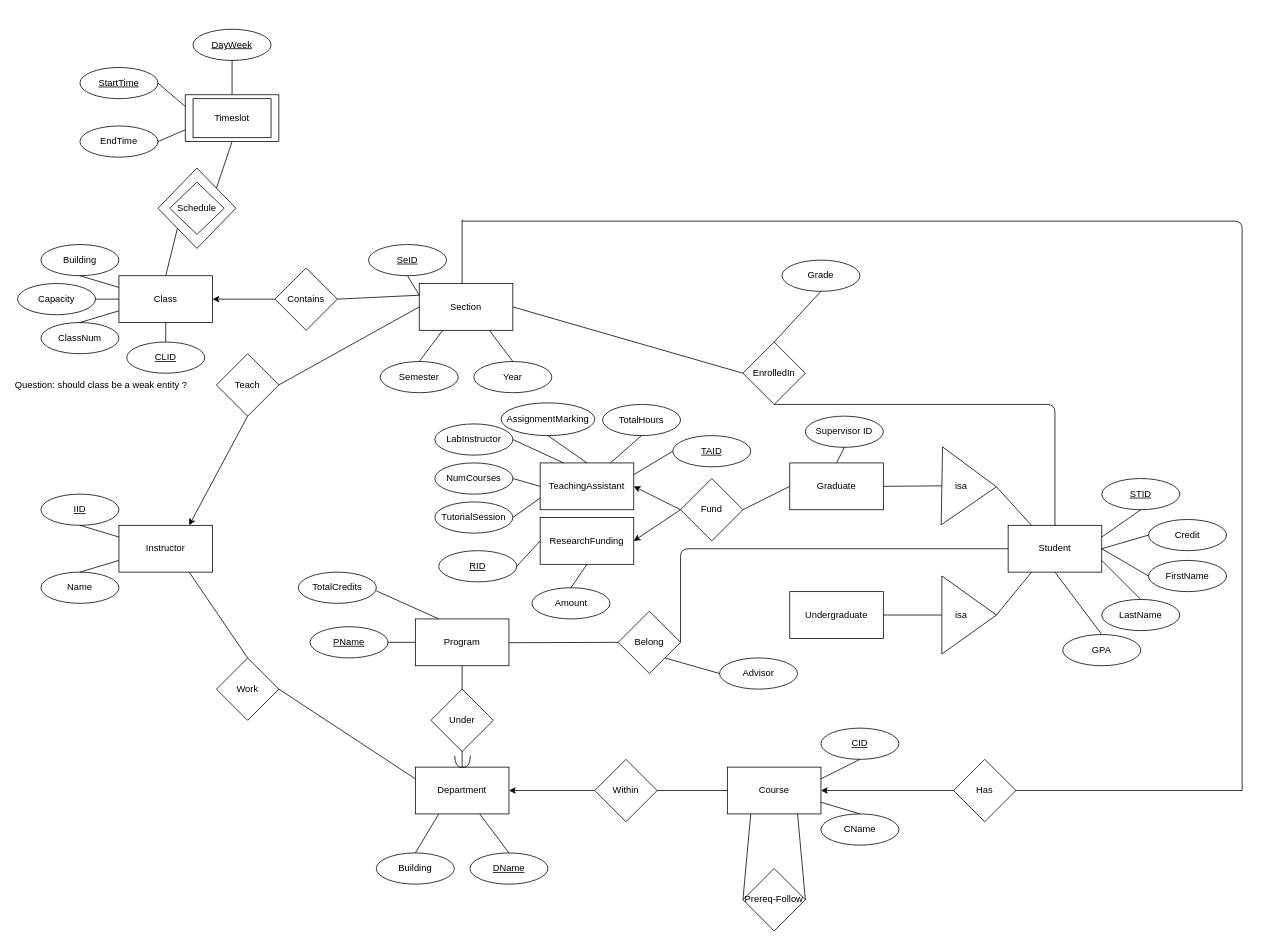
Above: database/Diagram.drawio in DPigeon/University-Database (draw.io), before the change. Source tidied: cells renumbered, new cells numbered last; positions are measured from the earlier drawing's top-left corner, leaving out a move shared by most shapes. Both pictures are drawn from the tidied source at 78%, with x=0, y=0 at pixel (13, 29).
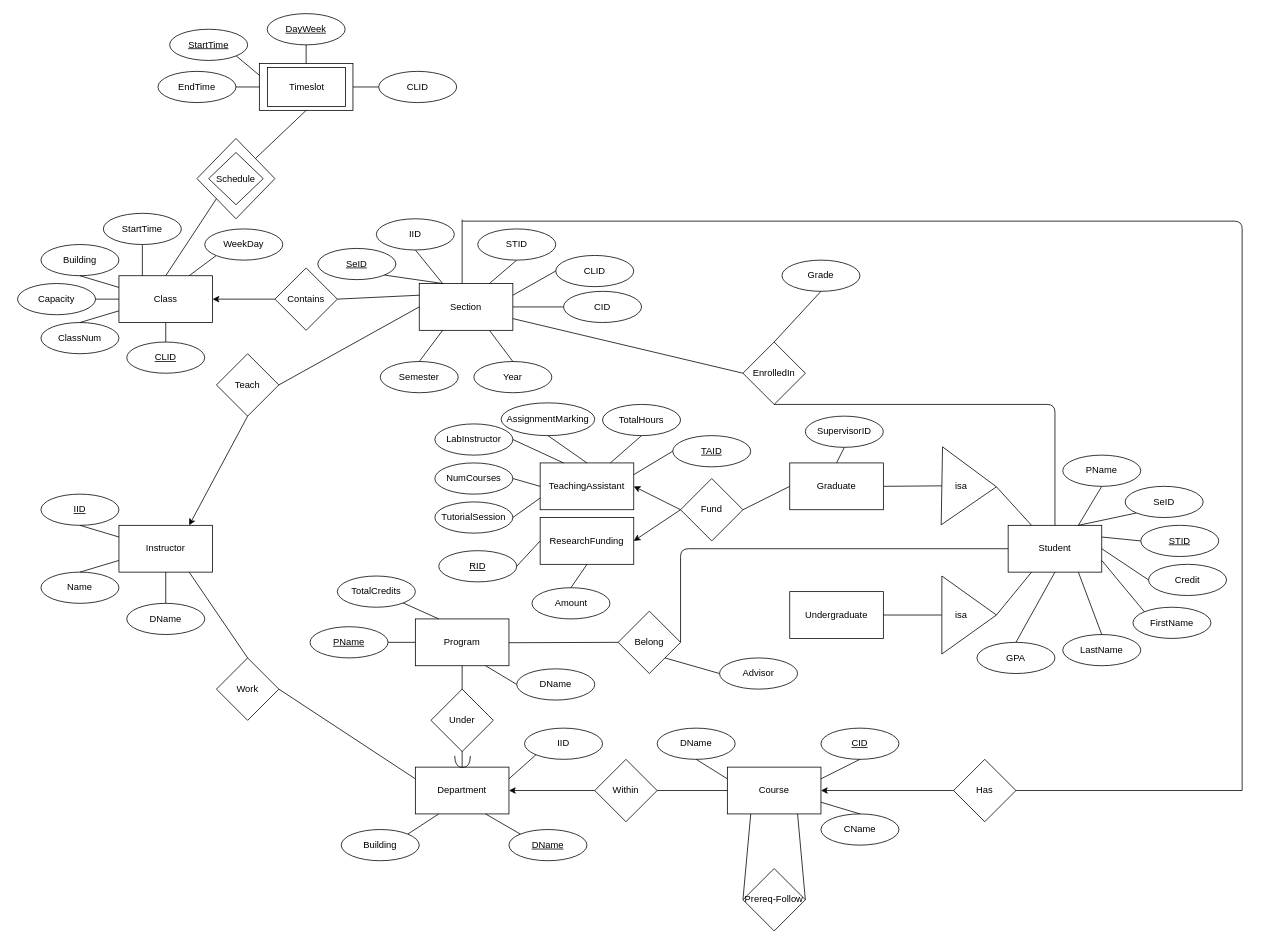
The same page after the edit.

Commit message (it also covers changes not shown here):
Updated Diagram & Tables

The change refers to these unchanged cells:
```xml
<mxCell id="3" value="Department" style="rounded=0;whiteSpace=wrap;html=1;" parent="1" vertex="1">
  <mxGeometry x="515" y="946" width="120" height="60" as="geometry" />
</mxCell>
<mxCell id="9" value="Course" style="rounded=0;whiteSpace=wrap;html=1;" parent="1" vertex="1">
  <mxGeometry x="915" y="946" width="120" height="60" as="geometry" />
</mxCell>
<mxCell id="20" value="Instructor" style="rounded=0;whiteSpace=wrap;html=1;" parent="1" vertex="1">
  <mxGeometry x="135" y="636" width="120" height="60" as="geometry" />
</mxCell>
<mxCell id="25" value="Student" style="rounded=0;whiteSpace=wrap;html=1;" parent="1" vertex="1">
  <mxGeometry x="1275" y="636" width="120" height="60" as="geometry" />
</mxCell>
<mxCell id="27" value="Program" style="rounded=0;whiteSpace=wrap;html=1;" parent="1" vertex="1">
  <mxGeometry x="515" y="756" width="120" height="60" as="geometry" />
</mxCell>
<mxCell id="38" value="Section" style="rounded=0;whiteSpace=wrap;html=1;" parent="1" vertex="1">
  <mxGeometry x="520" y="326" width="120" height="60" as="geometry" />
</mxCell>
<mxCell id="39" value="EnrolledIn" style="rhombus;whiteSpace=wrap;html=1;" parent="1" vertex="1">
  <mxGeometry x="935" y="401" width="80" height="80" as="geometry" />
</mxCell>
<mxCell id="52" value="Class" style="rounded=0;whiteSpace=wrap;html=1;" parent="1" vertex="1">
  <mxGeometry x="135" y="316" width="120" height="60" as="geometry" />
</mxCell>
```

Diff of the diagram source:
```diff
@@
     <mxCell id="4" value="&lt;u&gt;DName&lt;/u&gt;" style="ellipse;whiteSpace=wrap;html=1;" parent="1" vertex="1">
-      <mxGeometry x="585" y="1056" width="100" height="40" as="geometry" />
+      <mxGeometry x="635" y="1026" width="100" height="40" as="geometry" />
     </mxCell>
-    <mxCell id="5" style="endArrow=none;html=1;entryX=0.5;entryY=0;entryDx=0;entryDy=0;" parent="1" edge="1" source="3" target="4">
+    <mxCell id="5" style="endArrow=none;html=1;entryX=0;entryY=0;entryDx=0;entryDy=0;exitX=0.75;exitY=1;exitDx=0;exitDy=0;" parent="1" edge="1" source="3" target="4">
       <mxGeometry relative="1" as="geometry" />
     </mxCell>
-    <mxCell id="6" style="endArrow=none;html=1;entryX=0.25;entryY=1;entryDx=0;entryDy=0;exitX=0.5;exitY=0;exitDx=0;exitDy=0;" parent="1" edge="1" source="7" target="3">
-      <mxGeometry relative="1" as="geometry" />
-    </mxCell>
     <mxCell id="7" value="Building" style="ellipse;whiteSpace=wrap;html=1;" parent="1" vertex="1">
-      <mxGeometry x="465" y="1056" width="100" height="40" as="geometry" />
+      <mxGeometry x="420" y="1026" width="100" height="40" as="geometry" />
     </mxCell>
@@
     <mxCell id="28" value="&lt;u&gt;STID&lt;/u&gt;" style="ellipse;whiteSpace=wrap;html=1;" parent="1" vertex="1">
-      <mxGeometry x="1395" y="576" width="100" height="40" as="geometry" />
+      <mxGeometry x="1445" y="636" width="100" height="40" as="geometry" />
     </mxCell>
     <mxCell id="29" value="FirstName" style="ellipse;whiteSpace=wrap;html=1;" parent="1" vertex="1">
-      <mxGeometry x="1455" y="681" width="100" height="40" as="geometry" />
+      <mxGeometry x="1435" y="741" width="100" height="40" as="geometry" />
     </mxCell>
     <mxCell id="30" value="LastName" style="ellipse;whiteSpace=wrap;html=1;" parent="1" vertex="1">
-      <mxGeometry x="1395" y="731" width="100" height="40" as="geometry" />
+      <mxGeometry x="1345" y="776" width="100" height="40" as="geometry" />
     </mxCell>
-    <mxCell id="31" style="endArrow=none;html=1;entryX=0.5;entryY=0;entryDx=0;entryDy=0;exitX=1;exitY=0.75;exitDx=0;exitDy=0;" parent="1" edge="1" source="25" target="30">
+    <mxCell id="31" style="endArrow=none;html=1;entryX=0.5;entryY=0;entryDx=0;entryDy=0;exitX=0.75;exitY=1;exitDx=0;exitDy=0;" parent="1" edge="1" source="25" target="30">
       <mxGeometry relative="1" as="geometry" />
     </mxCell>
-    <mxCell id="32" style="endArrow=none;html=1;entryX=0;entryY=0.5;entryDx=0;entryDy=0;exitX=1;exitY=0.5;exitDx=0;exitDy=0;" parent="1" edge="1" source="25" target="29">
+    <mxCell id="32" style="endArrow=none;html=1;entryX=0;entryY=0;entryDx=0;entryDy=0;exitX=1;exitY=0.75;exitDx=0;exitDy=0;" parent="1" edge="1" source="25" target="29">
       <mxGeometry relative="1" as="geometry" />
     </mxCell>
-    <mxCell id="33" style="endArrow=none;html=1;entryX=0.5;entryY=1;entryDx=0;entryDy=0;exitX=1;exitY=0.25;exitDx=0;exitDy=0;" parent="1" edge="1" source="25" target="28">
+    <mxCell id="33" style="endArrow=none;html=1;entryX=0;entryY=0.5;entryDx=0;entryDy=0;exitX=1;exitY=0.25;exitDx=0;exitDy=0;" parent="1" edge="1" source="25" target="28">
       <mxGeometry relative="1" as="geometry" />
     </mxCell>
@@
-    <mxCell id="42" style="endArrow=none;html=1;entryX=1;entryY=0.5;entryDx=0;entryDy=0;exitX=0;exitY=0.5;exitDx=0;exitDy=0;" parent="1" edge="1" source="39" target="38">
+    <mxCell id="42" style="endArrow=none;html=1;entryX=1;entryY=0.75;entryDx=0;entryDy=0;exitX=0;exitY=0.5;exitDx=0;exitDy=0;" parent="1" edge="1" source="39" target="38">
       <mxGeometry relative="1" as="geometry" />
     </mxCell>
@@
     <mxCell id="49" value="&lt;u&gt;SeID&lt;/u&gt;" style="ellipse;whiteSpace=wrap;html=1;" parent="1" vertex="1">
-      <mxGeometry x="455" y="276" width="100" height="40" as="geometry" />
+      <mxGeometry x="390" y="281" width="100" height="40" as="geometry" />
     </mxCell>
-    <mxCell id="50" style="endArrow=none;html=1;entryX=0.5;entryY=1;entryDx=0;entryDy=0;exitX=0;exitY=0.25;exitDx=0;exitDy=0;" parent="1" edge="1" source="38" target="49">
+    <mxCell id="50" style="endArrow=none;html=1;entryX=1;entryY=1;entryDx=0;entryDy=0;exitX=0.25;exitY=0;exitDx=0;exitDy=0;" parent="1" edge="1" source="38" target="49">
       <mxGeometry relative="1" as="geometry" />
     </mxCell>
@@
     <mxCell id="53" style="rounded=0;whiteSpace=wrap;html=1;" parent="1" vertex="1">
-      <mxGeometry x="220" y="84" width="120" height="60" as="geometry" />
+      <mxGeometry x="315" y="44" width="120" height="60" as="geometry" />
     </mxCell>
@@
     <mxCell id="58" value="&lt;u&gt;StartTime&lt;/u&gt;" style="ellipse;whiteSpace=wrap;html=1;" parent="1" vertex="1">
-      <mxGeometry x="85" y="49" width="100" height="40" as="geometry" />
+      <mxGeometry x="200" width="100" height="40" as="geometry" />
     </mxCell>
     <mxCell id="59" value="EndTime" style="ellipse;whiteSpace=wrap;html=1;" parent="1" vertex="1">
-      <mxGeometry x="85" y="124" width="100" height="40" as="geometry" />
+      <mxGeometry x="185" y="54" width="100" height="40" as="geometry" />
     </mxCell>
@@
-    <mxCell id="68" value="Supervisor ID" style="ellipse;whiteSpace=wrap;html=1;" parent="1" vertex="1">
+    <mxCell id="68" value="SupervisorID" style="ellipse;whiteSpace=wrap;html=1;" parent="1" vertex="1">
       <mxGeometry x="1015" y="496" width="100" height="40" as="geometry" />
     </mxCell>
@@
     <mxCell id="70" value="GPA" style="ellipse;whiteSpace=wrap;html=1;" parent="1" vertex="1">
-      <mxGeometry x="1345" y="776" width="100" height="40" as="geometry" />
+      <mxGeometry x="1235" y="786" width="100" height="40" as="geometry" />
     </mxCell>
@@
     <mxCell id="98" value="Credit" style="ellipse;whiteSpace=wrap;html=1;" parent="1" vertex="1">
-      <mxGeometry x="1455" y="628.5" width="100" height="40" as="geometry" />
+      <mxGeometry x="1455" y="686" width="100" height="40" as="geometry" />
     </mxCell>
@@
     <mxCell id="102" value="Timeslot" style="rounded=0;whiteSpace=wrap;html=1;" parent="1" vertex="1">
-      <mxGeometry x="230" y="89" width="100" height="50" as="geometry" />
+      <mxGeometry x="325.5" y="49" width="100" height="50" as="geometry" />
     </mxCell>
@@
     <mxCell id="113" value="TotalCredits" style="ellipse;whiteSpace=wrap;html=1;" parent="1" vertex="1">
-      <mxGeometry x="365" y="696" width="100" height="40" as="geometry" />
+      <mxGeometry x="415" y="701" width="100" height="40" as="geometry" />
     </mxCell>
@@
-    <mxCell id="115" style="endArrow=none;html=1;entryX=1;entryY=0.5;entryDx=0;entryDy=0;exitX=0;exitY=0.25;exitDx=0;exitDy=0;" parent="1" edge="1" source="53" target="58">
+    <mxCell id="115" style="endArrow=none;html=1;entryX=1;entryY=1;entryDx=0;entryDy=0;exitX=0;exitY=0.25;exitDx=0;exitDy=0;" parent="1" edge="1" source="53" target="58">
       <mxGeometry relative="1" as="geometry" />
     </mxCell>
-    <mxCell id="116" style="endArrow=none;html=1;entryX=0;entryY=0.75;entryDx=0;entryDy=0;exitX=1;exitY=0.5;exitDx=0;exitDy=0;" parent="1" edge="1" source="59" target="53">
+    <mxCell id="116" style="endArrow=none;html=1;entryX=0;entryY=0.5;entryDx=0;entryDy=0;exitX=1;exitY=0.5;exitDx=0;exitDy=0;" parent="1" edge="1" source="59" target="53">
       <mxGeometry relative="1" as="geometry" />
     </mxCell>
     <mxCell id="117" value="&lt;u&gt;DayWeek&lt;/u&gt;" style="ellipse;whiteSpace=wrap;html=1;" parent="1" vertex="1">
-      <mxGeometry x="230" width="100" height="40" as="geometry" />
+      <mxGeometry x="325" y="-20" width="100" height="40" as="geometry" />
     </mxCell>
@@
-    <mxCell id="126" value="Question: should class be a weak entity ?" style="text;html=1;align=left;verticalAlign=top;spacingTop=-4;" parent="1" vertex="1">
-      <mxGeometry y="446" width="240" height="20" as="geometry" />
-    </mxCell>
     <mxCell id="127" style="rhombus;whiteSpace=wrap;html=1;" parent="1" vertex="1">
-      <mxGeometry x="185" y="178" width="100" height="103" as="geometry" />
+      <mxGeometry x="235" y="140" width="100" height="103" as="geometry" />
     </mxCell>
     <mxCell id="128" value="Schedule" style="rhombus;whiteSpace=wrap;html=1;" parent="1" vertex="1">
-      <mxGeometry x="200" y="196" width="70" height="67" as="geometry" />
+      <mxGeometry x="250" y="158" width="70" height="67" as="geometry" />
     </mxCell>
@@
+    <mxCell id="131" style="endArrow=none;html=1;entryX=0.75;entryY=0;entryDx=0;entryDy=0;exitX=0.5;exitY=1;exitDx=0;exitDy=0;" parent="1" edge="1" source="132" target="38">
+      <mxGeometry relative="1" as="geometry" />
+    </mxCell>
+    <mxCell id="132" value="STID" style="ellipse;whiteSpace=wrap;html=1;" parent="1" vertex="1">
+      <mxGeometry x="595" y="256" width="100" height="40" as="geometry" />
+    </mxCell>
+    <mxCell id="133" style="endArrow=none;html=1;entryX=0.75;entryY=0;entryDx=0;entryDy=0;exitX=0;exitY=1;exitDx=0;exitDy=0;" parent="1" edge="1" source="134" target="25">
+      <mxGeometry relative="1" as="geometry" />
+    </mxCell>
+    <mxCell id="134" value="SeID" style="ellipse;whiteSpace=wrap;html=1;" parent="1" vertex="1">
+      <mxGeometry x="1425" y="586" width="100" height="40" as="geometry" />
+    </mxCell>
+    <mxCell id="135" value="CLID" style="ellipse;whiteSpace=wrap;html=1;" parent="1" vertex="1">
+      <mxGeometry x="695" y="290" width="100" height="40" as="geometry" />
+    </mxCell>
+    <mxCell id="136" style="endArrow=none;html=1;entryX=0;entryY=0.5;entryDx=0;entryDy=0;exitX=1;exitY=0.25;exitDx=0;exitDy=0;" parent="1" edge="1" source="38" target="135">
+      <mxGeometry relative="1" as="geometry" />
+    </mxCell>
+    <mxCell id="137" style="endArrow=none;html=1;entryX=1;entryY=0.5;entryDx=0;entryDy=0;exitX=0;exitY=0.5;exitDx=0;exitDy=0;" parent="1" edge="1" source="138" target="53">
+      <mxGeometry relative="1" as="geometry" />
+    </mxCell>
+    <mxCell id="138" value="CLID" style="ellipse;whiteSpace=wrap;html=1;" parent="1" vertex="1">
+      <mxGeometry x="468" y="54" width="100" height="40" as="geometry" />
+    </mxCell>
+    <mxCell id="139" value="DName" style="ellipse;whiteSpace=wrap;html=1;" parent="1" vertex="1">
+      <mxGeometry x="145" y="736" width="100" height="40" as="geometry" />
+    </mxCell>
+    <mxCell id="140" style="endArrow=none;html=1;entryX=0.5;entryY=0;entryDx=0;entryDy=0;exitX=0.5;exitY=1;exitDx=0;exitDy=0;" parent="1" edge="1" source="20" target="139">
+      <mxGeometry relative="1" as="geometry" />
+    </mxCell>
+    <mxCell id="6" style="endArrow=none;html=1;entryX=0.25;entryY=1;entryDx=0;entryDy=0;exitX=1;exitY=0;exitDx=0;exitDy=0;" parent="1" edge="1" source="7" target="3">
+      <mxGeometry relative="1" as="geometry" />
+    </mxCell>
+    <mxCell id="141" value="IID" style="ellipse;whiteSpace=wrap;html=1;" parent="1" vertex="1">
+      <mxGeometry x="655" y="896" width="100" height="40" as="geometry" />
+    </mxCell>
+    <mxCell id="142" style="endArrow=none;html=1;entryX=0;entryY=1;entryDx=0;entryDy=0;exitX=1;exitY=0.25;exitDx=0;exitDy=0;" parent="1" edge="1" source="3" target="141">
+      <mxGeometry relative="1" as="geometry" />
+    </mxCell>
+    <mxCell id="143" value="DName" style="ellipse;whiteSpace=wrap;html=1;" parent="1" vertex="1">
+      <mxGeometry x="825" y="896" width="100" height="40" as="geometry" />
+    </mxCell>
+    <mxCell id="144" style="endArrow=none;html=1;entryX=0.5;entryY=1;entryDx=0;entryDy=0;exitX=0;exitY=0.25;exitDx=0;exitDy=0;" parent="1" edge="1" source="9" target="143">
+      <mxGeometry relative="1" as="geometry" />
+    </mxCell>
+    <mxCell id="145" style="endArrow=none;html=1;entryX=1;entryY=0.5;entryDx=0;entryDy=0;exitX=0;exitY=0.5;exitDx=0;exitDy=0;" parent="1" edge="1" source="146" target="38">
+      <mxGeometry relative="1" as="geometry" />
+    </mxCell>
+    <mxCell id="146" value="CID" style="ellipse;whiteSpace=wrap;html=1;" parent="1" vertex="1">
+      <mxGeometry x="705" y="336" width="100" height="40" as="geometry" />
+    </mxCell>
+    <mxCell id="147" value="IID" style="ellipse;whiteSpace=wrap;html=1;" parent="1" vertex="1">
+      <mxGeometry x="465" y="243" width="100" height="40" as="geometry" />
+    </mxCell>
+    <mxCell id="148" style="endArrow=none;html=1;exitX=0.25;exitY=0;exitDx=0;exitDy=0;entryX=0.5;entryY=1;entryDx=0;entryDy=0;" parent="1" edge="1" source="38" target="147">
+      <mxGeometry relative="1" as="geometry" />
+    </mxCell>
+    <mxCell id="149" style="endArrow=none;html=1;entryX=0.25;entryY=0;entryDx=0;entryDy=0;exitX=0.5;exitY=1;exitDx=0;exitDy=0;" parent="1" edge="1" source="150" target="52">
+      <mxGeometry relative="1" as="geometry" />
+    </mxCell>
+    <mxCell id="150" value="StartTime" style="ellipse;whiteSpace=wrap;html=1;" parent="1" vertex="1">
+      <mxGeometry x="115" y="236" width="100" height="40" as="geometry" />
+    </mxCell>
+    <mxCell id="151" style="endArrow=none;html=1;entryX=0.75;entryY=0;entryDx=0;entryDy=0;exitX=0;exitY=1;exitDx=0;exitDy=0;" parent="1" edge="1" source="152" target="52">
+      <mxGeometry relative="1" as="geometry" />
+    </mxCell>
+    <mxCell id="152" value="WeekDay" style="ellipse;whiteSpace=wrap;html=1;" parent="1" vertex="1">
+      <mxGeometry x="245" y="256" width="100" height="40" as="geometry" />
+    </mxCell>
+    <mxCell id="153" style="endArrow=none;html=1;entryX=0.75;entryY=0;entryDx=0;entryDy=0;exitX=0.5;exitY=1;exitDx=0;exitDy=0;" parent="1" edge="1" source="154" target="25">
+      <mxGeometry relative="1" as="geometry" />
+    </mxCell>
+    <mxCell id="154" value="PName" style="ellipse;whiteSpace=wrap;html=1;" parent="1" vertex="1">
+      <mxGeometry x="1345" y="546" width="100" height="40" as="geometry" />
+    </mxCell>
+    <mxCell id="155" style="endArrow=none;html=1;entryX=0.75;entryY=1;entryDx=0;entryDy=0;exitX=0;exitY=0.5;exitDx=0;exitDy=0;" parent="1" edge="1" source="156" target="27">
+      <mxGeometry relative="1" as="geometry" />
+    </mxCell>
+    <mxCell id="156" value="DName" style="ellipse;whiteSpace=wrap;html=1;" parent="1" vertex="1">
+      <mxGeometry x="645" y="820" width="100" height="40" as="geometry" />
+    </mxCell>
```
